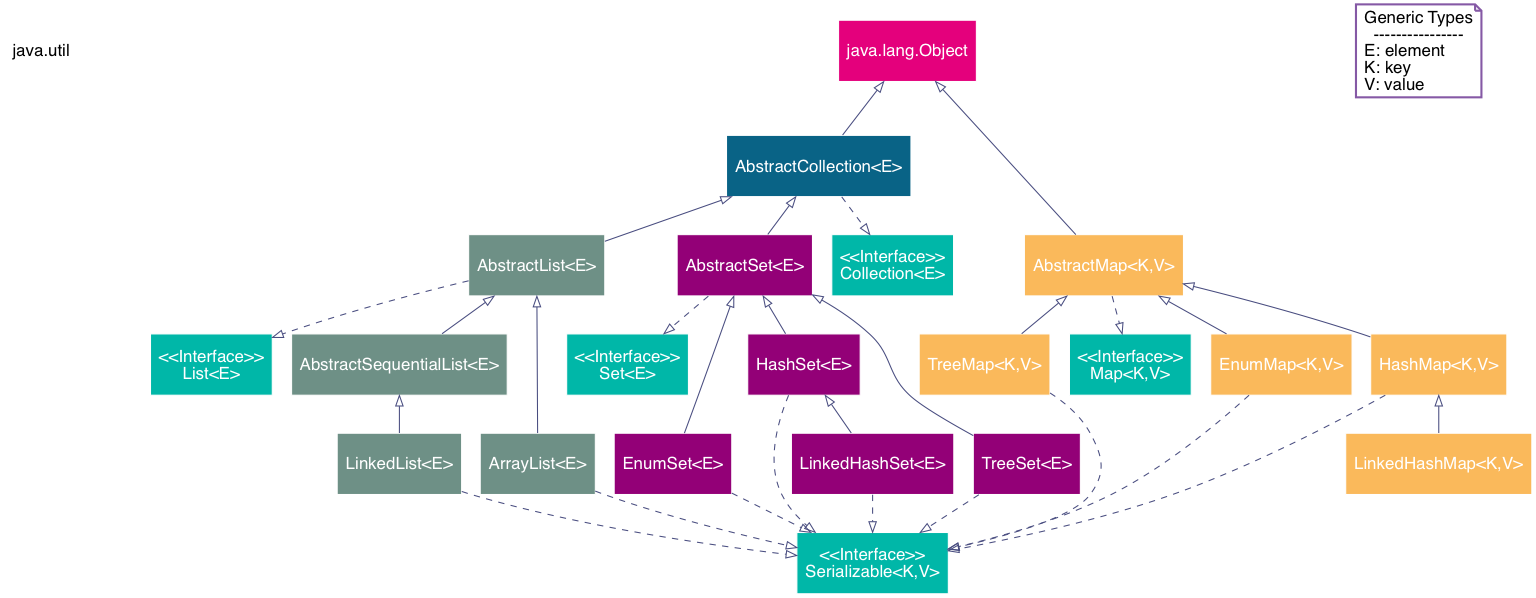
Before: static/image/2019/07/java-collections.png, a diagram exported from Graphviz (Jeanhwea/jeanhwea.github.io). Its source is kept beside it as static/image/2019/07/java-collections.dot.
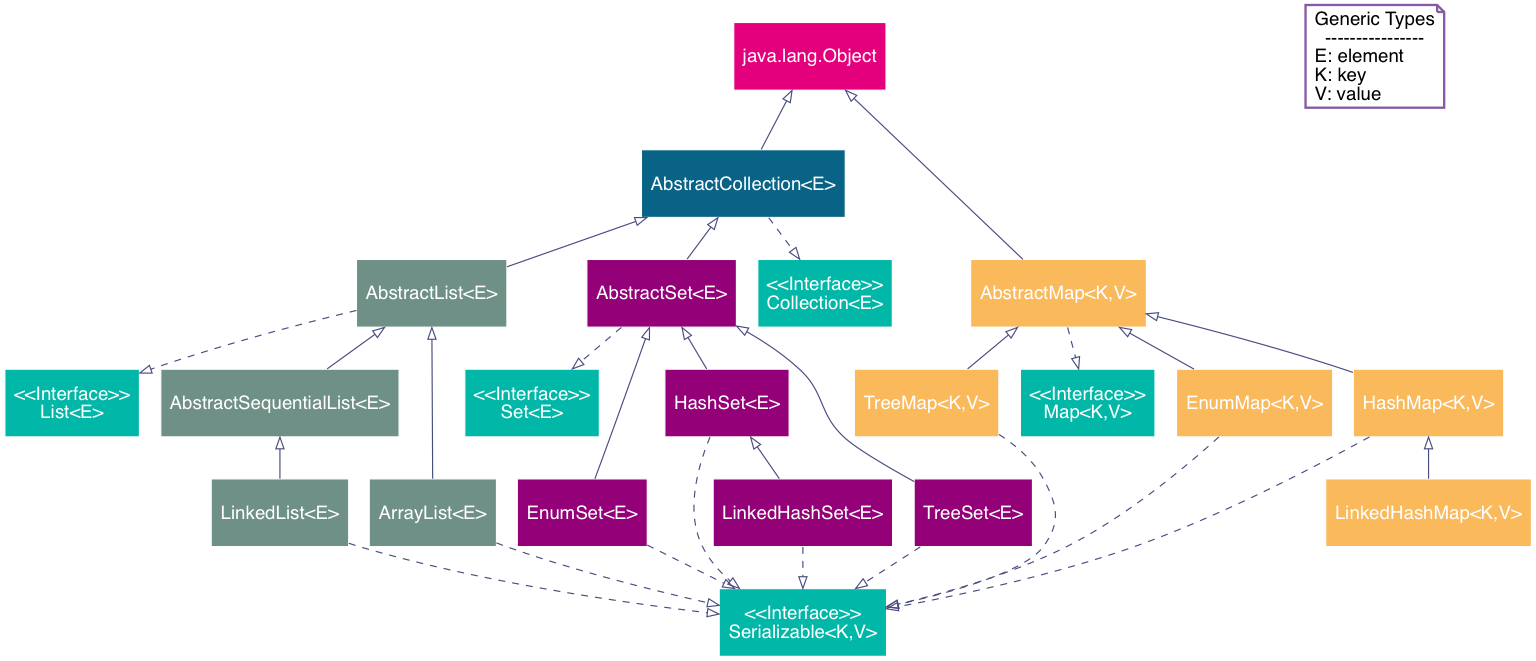
Above is the later version.

What changed in the source:
```diff
@@ -4,10 +4,6 @@
   node [
     fontname="Helvetia";
     fontsize=16;
-  ];
-  package [
-    shape=plaintext;
-    label="java.util";
   ];
   generic_types [
     shape=note;
@@ -31,8 +27,7 @@
 
   node [fillcolor="#e4007c"];
   object [label="java.lang.Object"];
-  {rank=same; package; generic_types; object}
-  package -> object [style=invis, minlen=40];
+  {rank=same; generic_types; object}
   object -> generic_types [style=invis, minlen=20];
 
   node [fillcolor="#00b7a8"];
```
